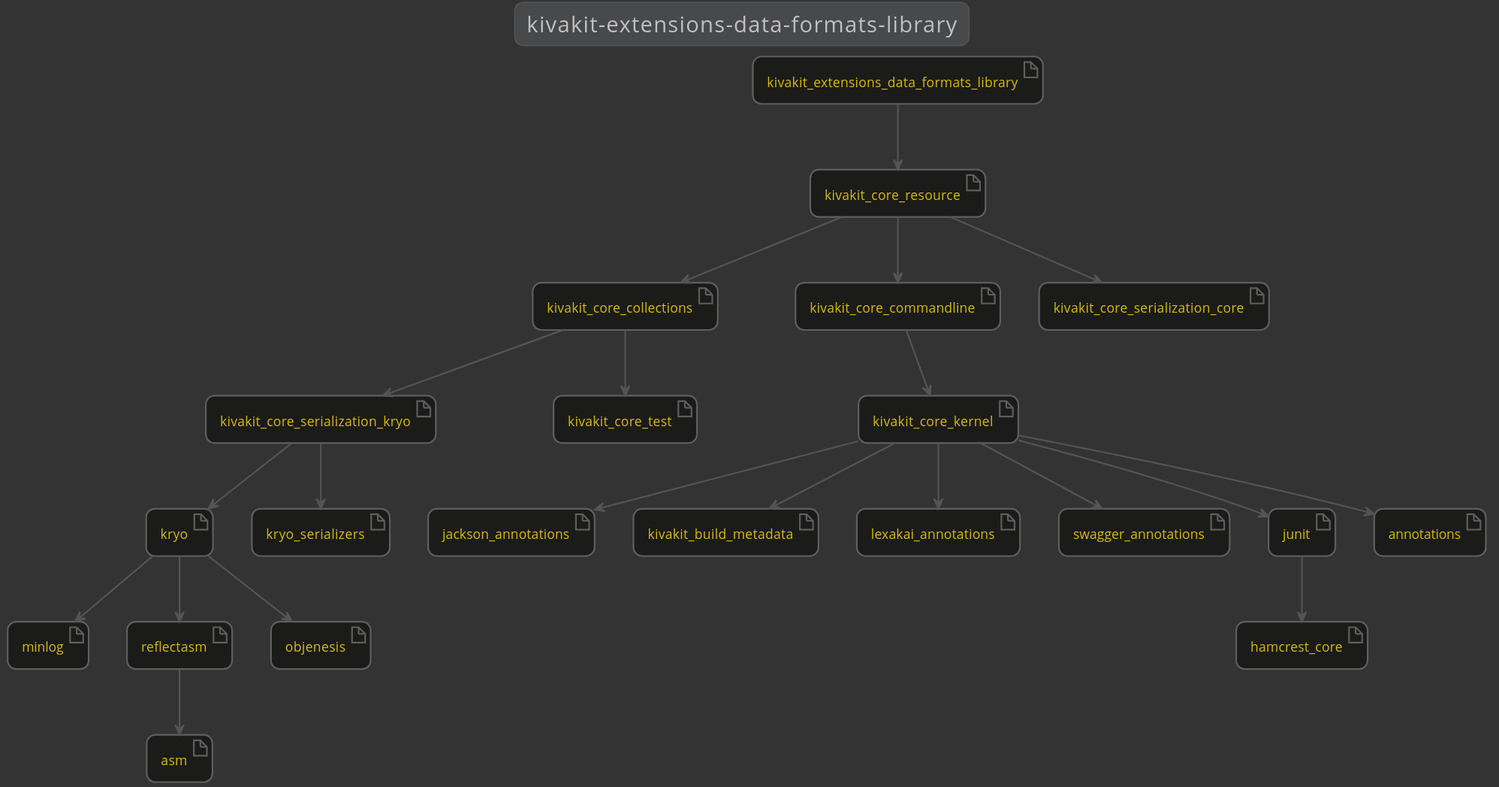
This is kivakit-data/formats/library/documentation/diagrams/dependencies.svg from Telenav/kivakit-extensions, a PlantUML export, as it was before one commit. Its diagram source:
```plantuml
@startuml

    !include ../lexakai/lexakai.theme

    title "kivakit-extensions-data-formats-library"

    artifact kryo
    artifact minlog
    artifact reflectasm
    artifact jackson_annotations
    artifact kivakit_build_metadata
    artifact kivakit_core_collections
    artifact kivakit_core_commandline
    artifact kivakit_core_kernel
    artifact kivakit_core_resource
    artifact kivakit_core_serialization_core
    artifact kivakit_core_serialization_kryo
    artifact kivakit_core_test
    artifact kivakit_extensions_data_formats_library
    artifact lexakai_annotations
    artifact kryo_serializers
    artifact swagger_annotations
    artifact junit
    artifact hamcrest_core
    artifact annotations
    artifact objenesis
    artifact asm
    junit --> hamcrest_core
    kivakit_core_collections --> kivakit_core_serialization_kryo
    kivakit_core_collections --> kivakit_core_test
    kivakit_core_commandline --> kivakit_core_kernel
    kivakit_core_kernel --> annotations
    kivakit_core_kernel --> jackson_annotations
    kivakit_core_kernel --> junit
    kivakit_core_kernel --> kivakit_build_metadata
    kivakit_core_kernel --> lexakai_annotations
    kivakit_core_kernel --> swagger_annotations
    kivakit_core_resource --> kivakit_core_collections
    kivakit_core_resource --> kivakit_core_commandline
    kivakit_core_resource --> kivakit_core_serialization_core
    kivakit_core_serialization_kryo --> kryo
    kivakit_core_serialization_kryo --> kryo_serializers
    kivakit_extensions_data_formats_library --> kivakit_core_resource
    kryo --> minlog
    kryo --> objenesis
    kryo --> reflectasm
    reflectasm --> asm

@enduml
```
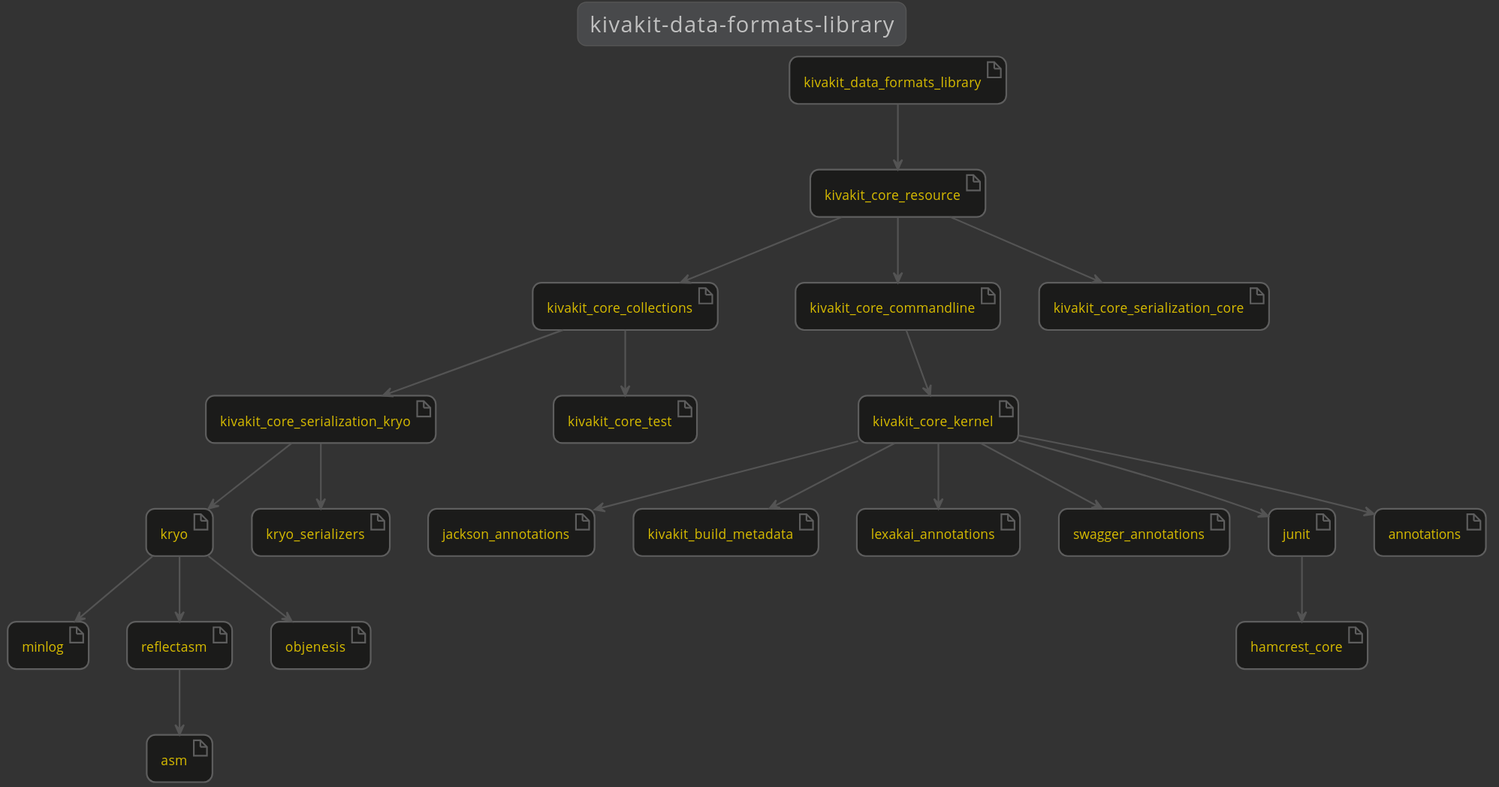
After the change.

Change to the diagram source:
```diff
@@ -2,7 +2,7 @@
 
     !include ../lexakai/lexakai.theme
 
-    title "kivakit-extensions-data-formats-library"
+    title "kivakit-data-formats-library"
 
     artifact kryo
     artifact minlog
@@ -16,7 +16,7 @@
     artifact kivakit_core_serialization_core
     artifact kivakit_core_serialization_kryo
     artifact kivakit_core_test
-    artifact kivakit_extensions_data_formats_library
+    artifact kivakit_data_formats_library
     artifact lexakai_annotations
     artifact kryo_serializers
     artifact swagger_annotations
@@ -40,7 +40,7 @@
     kivakit_core_resource --> kivakit_core_serialization_core
     kivakit_core_serialization_kryo --> kryo
     kivakit_core_serialization_kryo --> kryo_serializers
-    kivakit_extensions_data_formats_library --> kivakit_core_resource
+    kivakit_data_formats_library --> kivakit_core_resource
     kryo --> minlog
     kryo --> objenesis
     kryo --> reflectasm
```
